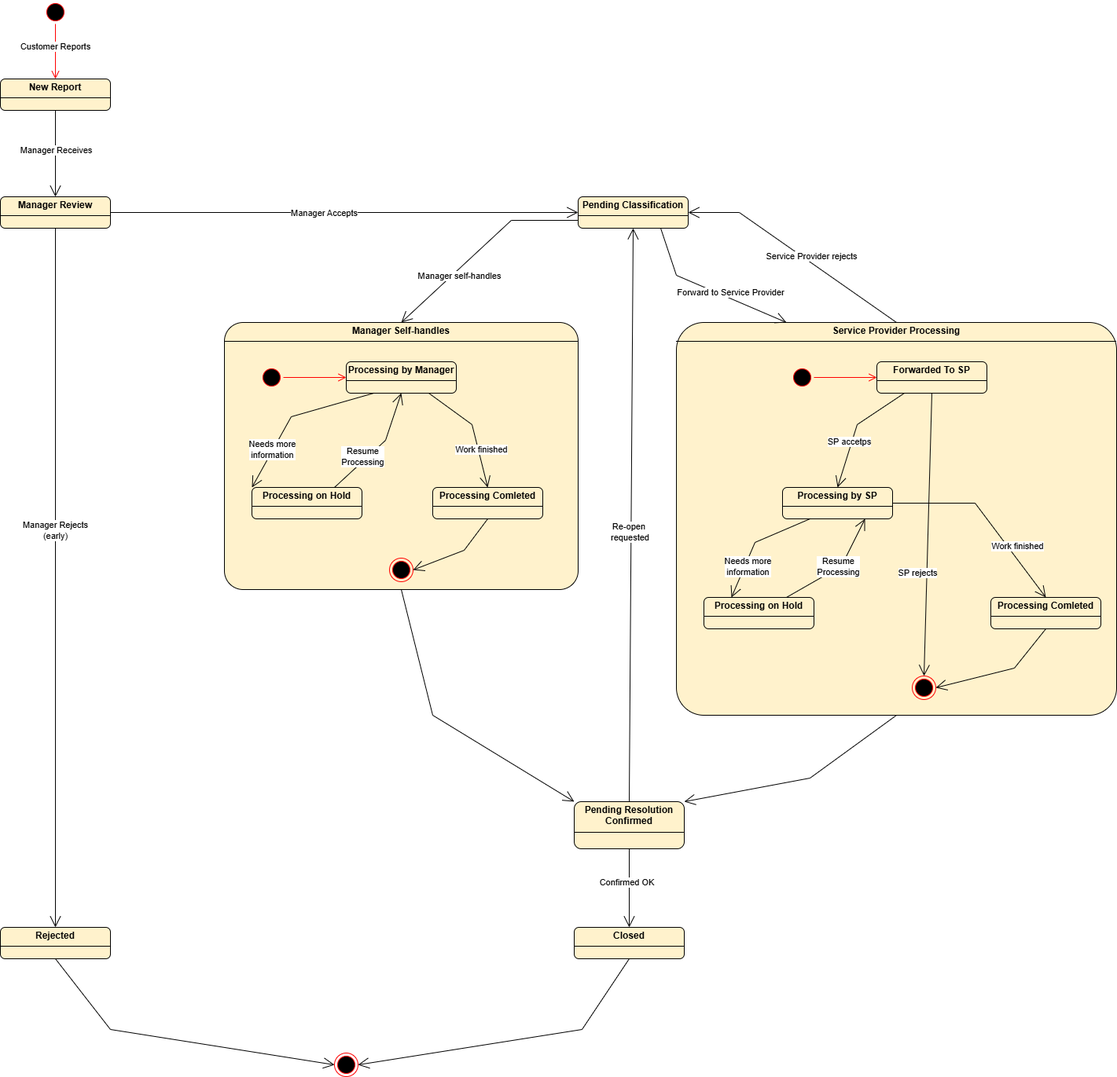
Above: Behavior-analysis/state-machine-diagram/Issue/Issue_sm.drawio.png in HuyEuler/Apartment-management-system (draw.io), before the change. Source tidied: cells renumbered, new cells last; positions are measured from the earlier drawing's top-left corner, leaving out a move shared by most shapes.
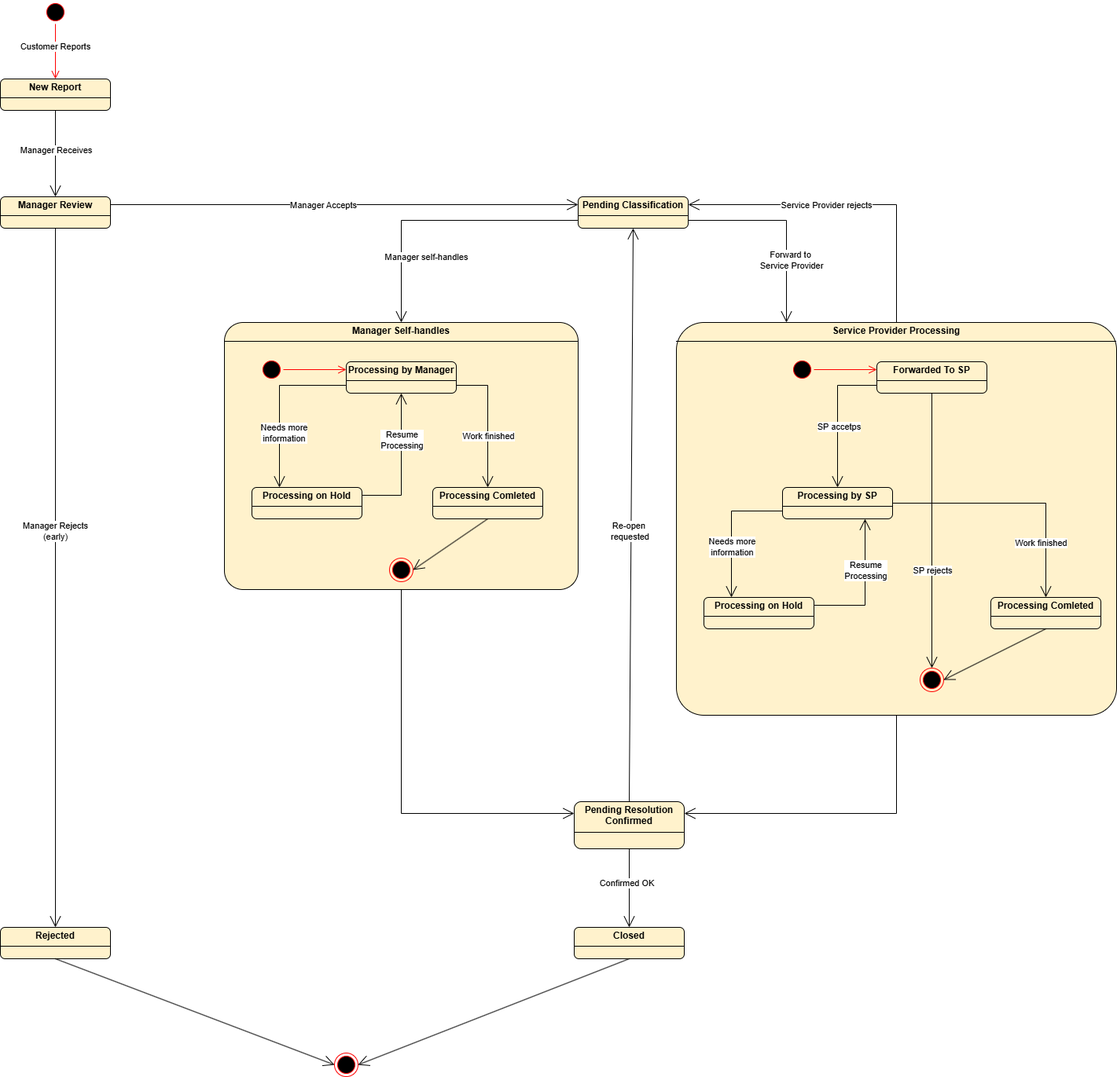
Later version of the same file.

Commit message:
Fix state machine diagram Issue & ResidenStatus

What changed in the source:
```diff
@@ -44,45 +44,45 @@
       <mxGeometry x="550" y="620" width="140" height="40" as="geometry" />
     </mxCell>
     <mxCell id="15" style="ellipse;html=1;shape=startState;fillColor=#000000;strokeColor=#ff0000;" parent="1" vertex="1">
-      <mxGeometry x="330" y="465" width="30" height="30" as="geometry" />
+      <mxGeometry x="330" y="455" width="30" height="30" as="geometry" />
     </mxCell>
-    <mxCell id="16" style="edgeStyle=orthogonalEdgeStyle;html=1;verticalAlign=bottom;endArrow=open;endSize=8;strokeColor=#ff0000;rounded=0;entryX=0;entryY=0.5;entryDx=0;entryDy=0;exitX=1;exitY=0.5;exitDx=0;exitDy=0;" parent="1" edge="1" source="15" target="12">
+    <mxCell id="16" style="edgeStyle=orthogonalEdgeStyle;html=1;verticalAlign=bottom;endArrow=open;endSize=8;strokeColor=#ff0000;rounded=0;entryX=0;entryY=0.25;entryDx=0;entryDy=0;exitX=1;exitY=0.5;exitDx=0;exitDy=0;" parent="1" edge="1" source="15" target="12">
       <mxGeometry relative="1" as="geometry" />
     </mxCell>
-    <mxCell id="17" style="endArrow=open;endFill=1;endSize=12;html=1;rounded=0;exitX=0.25;exitY=1;exitDx=0;exitDy=0;entryX=0;entryY=0;entryDx=0;entryDy=0;" parent="1" edge="1" source="12" target="13">
+    <mxCell id="17" style="endArrow=open;endFill=1;endSize=12;html=1;rounded=0;exitX=0;exitY=0.75;exitDx=0;exitDy=0;entryX=0.25;entryY=0;entryDx=0;entryDy=0;" parent="1" edge="1" source="12" target="13">
       <mxGeometry relative="1" as="geometry">
         <Array as="points">
-          <mxPoint x="370" y="530" />
+          <mxPoint x="355" y="490" />
         </Array>
       </mxGeometry>
     </mxCell>
     <mxCell id="18" value="Needs more&lt;div&gt;information&lt;/div&gt;" style="edgeLabel;html=1;align=center;verticalAlign=middle;" parent="17" vertex="1">
       <mxGeometry x="-0.14" y="-1" relative="1" as="geometry">
-        <mxPoint x="-41" y="47" as="offset" />
+        <mxPoint x="6" y="52" as="offset" />
       </mxGeometry>
     </mxCell>
-    <mxCell id="19" style="endArrow=open;endFill=1;endSize=12;html=1;rounded=0;exitX=0.75;exitY=0;exitDx=0;exitDy=0;entryX=0.5;entryY=1;entryDx=0;entryDy=0;" parent="1" edge="1" source="13" target="12">
+    <mxCell id="19" style="endArrow=open;endFill=1;endSize=12;html=1;rounded=0;exitX=1;exitY=0.25;exitDx=0;exitDy=0;entryX=0.5;entryY=1;entryDx=0;entryDy=0;" parent="1" edge="1" source="13" target="12">
       <mxGeometry relative="1" as="geometry">
         <Array as="points">
-          <mxPoint x="490" y="560" />
+          <mxPoint x="510" y="630" />
         </Array>
       </mxGeometry>
     </mxCell>
     <mxCell id="20" value="Resume&lt;div&gt;Processing&lt;/div&gt;" style="edgeLabel;html=1;align=center;verticalAlign=middle;" parent="19" vertex="1">
       <mxGeometry x="-0.14" y="-1" relative="1" as="geometry">
-        <mxPoint x="-14" y="4" as="offset" />
+        <mxPoint x="-1" y="-42" as="offset" />
       </mxGeometry>
     </mxCell>
-    <mxCell id="21" style="endArrow=open;endFill=1;endSize=12;html=1;rounded=0;exitX=0.75;exitY=1;exitDx=0;exitDy=0;entryX=0.5;entryY=0;entryDx=0;entryDy=0;" parent="1" edge="1" source="12" target="14">
+    <mxCell id="21" style="endArrow=open;endFill=1;endSize=12;html=1;rounded=0;exitX=1;exitY=0.75;exitDx=0;exitDy=0;entryX=0.5;entryY=0;entryDx=0;entryDy=0;" parent="1" edge="1" source="12" target="14">
       <mxGeometry relative="1" as="geometry">
         <Array as="points">
-          <mxPoint x="600" y="540" />
+          <mxPoint x="620" y="490" />
         </Array>
       </mxGeometry>
     </mxCell>
     <mxCell id="22" value="Work finished" style="edgeLabel;html=1;align=center;verticalAlign=middle;" parent="21" vertex="1">
       <mxGeometry x="-0.14" y="-1" relative="1" as="geometry">
-        <mxPoint x="13" y="31" as="offset" />
+        <mxPoint x="1" y="31" as="offset" />
       </mxGeometry>
     </mxCell>
     <mxCell id="23" value="&lt;p style=&quot;margin:0px;margin-top:4px;text-align:center;&quot;&gt;&lt;b&gt;Service Provider Processing&lt;/b&gt;&lt;/p&gt;&lt;hr size=&quot;1&quot; style=&quot;border-style:solid;&quot;&gt;&lt;div style=&quot;height:2px;&quot;&gt;&lt;/div&gt;" style="verticalAlign=top;align=left;overflow=fill;html=1;whiteSpace=wrap;rounded=1;fillColor=#fff2cc;strokeColor=light-dark(#000000, #6d5100);arcSize=7;" parent="1" vertex="1">
@@ -98,27 +98,27 @@
       <mxGeometry x="1260" y="760" width="140" height="40" as="geometry" />
     </mxCell>
     <mxCell id="27" style="ellipse;html=1;shape=startState;fillColor=#000000;strokeColor=#ff0000;" parent="1" vertex="1">
-      <mxGeometry x="1005" y="465" width="30" height="30" as="geometry" />
+      <mxGeometry x="1005" y="455" width="30" height="30" as="geometry" />
     </mxCell>
-    <mxCell id="28" style="edgeStyle=orthogonalEdgeStyle;html=1;verticalAlign=bottom;endArrow=open;endSize=8;strokeColor=#ff0000;rounded=0;entryX=0;entryY=0.5;entryDx=0;entryDy=0;exitX=1;exitY=0.5;exitDx=0;exitDy=0;" parent="1" edge="1" source="27" target="24">
+    <mxCell id="28" style="edgeStyle=orthogonalEdgeStyle;html=1;verticalAlign=bottom;endArrow=open;endSize=8;strokeColor=#ff0000;rounded=0;entryX=0;entryY=0.25;entryDx=0;entryDy=0;exitX=1;exitY=0.5;exitDx=0;exitDy=0;" parent="1" edge="1" source="27" target="24">
       <mxGeometry relative="1" as="geometry" />
     </mxCell>
-    <mxCell id="29" style="endArrow=open;endFill=1;endSize=12;html=1;rounded=0;exitX=0.25;exitY=1;exitDx=0;exitDy=0;entryX=0.5;entryY=0;entryDx=0;entryDy=0;" parent="1" edge="1" source="24" target="25">
+    <mxCell id="29" style="endArrow=open;endFill=1;endSize=12;html=1;rounded=0;exitX=0;exitY=0.75;exitDx=0;exitDy=0;entryX=0.5;entryY=0;entryDx=0;entryDy=0;" parent="1" edge="1" source="24" target="25">
       <mxGeometry relative="1" as="geometry">
         <Array as="points">
-          <mxPoint x="1090" y="540" />
+          <mxPoint x="1065" y="490" />
         </Array>
       </mxGeometry>
     </mxCell>
     <mxCell id="30" value="SP accetps" style="edgeLabel;html=1;align=center;verticalAlign=middle;" parent="29" vertex="1">
       <mxGeometry x="-0.14" y="-1" relative="1" as="geometry">
-        <mxPoint x="-14" y="24" as="offset" />
+        <mxPoint x="2" y="24" as="offset" />
       </mxGeometry>
     </mxCell>
     <mxCell id="31" style="endArrow=open;endFill=1;endSize=12;html=1;rounded=0;exitX=1;exitY=0.5;exitDx=0;exitDy=0;entryX=0.5;entryY=0;entryDx=0;entryDy=0;" parent="1" edge="1" source="25" target="26">
       <mxGeometry relative="1" as="geometry">
         <Array as="points">
-          <mxPoint x="1240" y="640" />
+          <mxPoint x="1330" y="640" />
         </Array>
       </mxGeometry>
     </mxCell>
@@ -130,34 +130,34 @@
     <mxCell id="33" value="&lt;p style=&quot;margin:0px;margin-top:4px;text-align:center;&quot;&gt;&lt;b&gt;Processing on Hold&lt;/b&gt;&lt;/p&gt;&lt;hr size=&quot;1&quot; style=&quot;border-style:solid;&quot;&gt;&lt;div style=&quot;height:2px;&quot;&gt;&lt;/div&gt;" style="verticalAlign=top;align=left;overflow=fill;html=1;whiteSpace=wrap;rounded=1;fillColor=#fff2cc;strokeColor=light-dark(#000000, #6d5100);" parent="1" vertex="1">
       <mxGeometry x="895" y="760" width="140" height="40" as="geometry" />
     </mxCell>
-    <mxCell id="34" style="endArrow=open;endFill=1;endSize=12;html=1;rounded=0;exitX=0.25;exitY=1;exitDx=0;exitDy=0;entryX=0.25;entryY=0;entryDx=0;entryDy=0;" parent="1" edge="1" source="25" target="33">
+    <mxCell id="34" style="endArrow=open;endFill=1;endSize=12;html=1;rounded=0;exitX=0;exitY=0.75;exitDx=0;exitDy=0;entryX=0.25;entryY=0;entryDx=0;entryDy=0;" parent="1" edge="1" source="25" target="33">
       <mxGeometry relative="1" as="geometry">
         <Array as="points">
-          <mxPoint x="960" y="690" />
+          <mxPoint x="930" y="650" />
         </Array>
       </mxGeometry>
     </mxCell>
     <mxCell id="35" value="Needs more&lt;div&gt;information&lt;/div&gt;" style="edgeLabel;html=1;align=center;verticalAlign=middle;" parent="34" vertex="1">
       <mxGeometry x="-0.14" y="-1" relative="1" as="geometry">
-        <mxPoint x="-19" y="35" as="offset" />
+        <mxPoint x="1" y="35" as="offset" />
       </mxGeometry>
     </mxCell>
-    <mxCell id="36" style="endArrow=open;endFill=1;endSize=12;html=1;rounded=0;exitX=0.75;exitY=0;exitDx=0;exitDy=0;entryX=0.75;entryY=1;entryDx=0;entryDy=0;" parent="1" edge="1" source="33" target="25">
+    <mxCell id="36" style="endArrow=open;endFill=1;endSize=12;html=1;rounded=0;exitX=1;exitY=0.25;exitDx=0;exitDy=0;entryX=0.75;entryY=1;entryDx=0;entryDy=0;" parent="1" edge="1" source="33" target="25">
       <mxGeometry relative="1" as="geometry">
         <Array as="points">
-          <mxPoint x="1070" y="720" />
+          <mxPoint x="1100" y="770" />
         </Array>
       </mxGeometry>
     </mxCell>
     <mxCell id="37" value="Resume&lt;div&gt;Processing&lt;/div&gt;" style="edgeLabel;html=1;align=center;verticalAlign=middle;" parent="36" vertex="1">
       <mxGeometry x="-0.14" y="-1" relative="1" as="geometry">
-        <mxPoint x="9" y="-9" as="offset" />
+        <mxPoint x="-1" y="-35" as="offset" />
       </mxGeometry>
     </mxCell>
     <mxCell id="38" style="endArrow=open;endFill=1;endSize=12;html=1;rounded=0;exitX=0;exitY=0.75;exitDx=0;exitDy=0;entryX=0.5;entryY=0;entryDx=0;entryDy=0;" parent="1" edge="1" source="10" target="11">
       <mxGeometry relative="1" as="geometry">
         <Array as="points">
-          <mxPoint x="650" y="280" />
+          <mxPoint x="510" y="280" />
         </Array>
       </mxGeometry>
     </mxCell>
@@ -166,65 +166,57 @@
         <mxPoint x="-41" y="47" as="offset" />
       </mxGeometry>
     </mxCell>
-    <mxCell id="40" style="endArrow=open;endFill=1;endSize=12;html=1;rounded=0;exitX=0.75;exitY=1;exitDx=0;exitDy=0;entryX=0.25;entryY=0;entryDx=0;entryDy=0;" parent="1" edge="1" source="10" target="23">
+    <mxCell id="40" style="endArrow=open;endFill=1;endSize=12;html=1;rounded=0;exitX=1;exitY=0.75;exitDx=0;exitDy=0;entryX=0.25;entryY=0;entryDx=0;entryDy=0;" parent="1" edge="1" source="10" target="23">
       <mxGeometry relative="1" as="geometry">
         <Array as="points">
-          <mxPoint x="860" y="350" />
+          <mxPoint x="1000" y="280" />
         </Array>
       </mxGeometry>
     </mxCell>
-    <mxCell id="41" value="Forward to Service Provider" style="edgeLabel;html=1;align=center;verticalAlign=middle;" parent="40" vertex="1">
+    <mxCell id="41" value="Forward to&lt;div&gt;&amp;nbsp;Service Provider&lt;/div&gt;" style="edgeLabel;html=1;align=center;verticalAlign=middle;" parent="40" vertex="1">
       <mxGeometry x="-0.14" y="-1" relative="1" as="geometry">
-        <mxPoint x="40" y="8" as="offset" />
+        <mxPoint x="19" y="49" as="offset" />
       </mxGeometry>
     </mxCell>
     <mxCell id="42" style="ellipse;html=1;shape=endState;fillColor=#000000;strokeColor=#ff0000;" parent="1" vertex="1">
       <mxGeometry x="495" y="710" width="30" height="30" as="geometry" />
     </mxCell>
     <mxCell id="43" style="endArrow=open;endFill=1;endSize=12;html=1;rounded=0;exitX=0.5;exitY=1;exitDx=0;exitDy=0;entryX=1;entryY=0.5;entryDx=0;entryDy=0;" parent="1" edge="1" source="14" target="42">
-      <mxGeometry relative="1" as="geometry">
-        <Array as="points">
-          <mxPoint x="590" y="700" />
-        </Array>
-      </mxGeometry>
+      <mxGeometry relative="1" as="geometry" />
     </mxCell>
     <mxCell id="44" style="ellipse;html=1;shape=endState;fillColor=#000000;strokeColor=#ff0000;" parent="1" vertex="1">
-      <mxGeometry x="1160" y="860" width="30" height="30" as="geometry" />
+      <mxGeometry x="1170" y="850" width="30" height="30" as="geometry" />
     </mxCell>
     <mxCell id="45" style="endArrow=open;endFill=1;endSize=12;html=1;rounded=0;exitX=0.5;exitY=1;exitDx=0;exitDy=0;entryX=1;entryY=0.5;entryDx=0;entryDy=0;" parent="1" edge="1" source="26" target="44">
-      <mxGeometry relative="1" as="geometry">
-        <Array as="points">
-          <mxPoint x="1290" y="850" />
-        </Array>
-      </mxGeometry>
+      <mxGeometry relative="1" as="geometry" />
     </mxCell>
     <mxCell id="46" style="endArrow=open;endFill=1;endSize=12;html=1;rounded=0;exitX=0.5;exitY=1;exitDx=0;exitDy=0;entryX=0.5;entryY=0;entryDx=0;entryDy=0;" parent="1" edge="1" source="24" target="44">
       <mxGeometry relative="1" as="geometry" />
     </mxCell>
     <mxCell id="47" value="SP rejects" style="edgeLabel;html=1;align=center;verticalAlign=middle;" parent="46" vertex="1">
       <mxGeometry x="-0.14" y="-1" relative="1" as="geometry">
-        <mxPoint x="-14" y="72" as="offset" />
+        <mxPoint x="1" y="73" as="offset" />
       </mxGeometry>
     </mxCell>
-    <mxCell id="48" style="endArrow=open;endFill=1;endSize=12;html=1;rounded=0;exitX=0.5;exitY=0;exitDx=0;exitDy=0;entryX=1;entryY=0.5;entryDx=0;entryDy=0;" parent="1" edge="1" source="23" target="10">
+    <mxCell id="48" style="endArrow=open;endFill=1;endSize=12;html=1;rounded=0;exitX=0.5;exitY=0;exitDx=0;exitDy=0;entryX=1;entryY=0.25;entryDx=0;entryDy=0;" parent="1" edge="1" source="23" target="10">
       <mxGeometry relative="1" as="geometry">
         <Array as="points">
-          <mxPoint x="940" y="270" />
+          <mxPoint x="1140" y="260" />
         </Array>
       </mxGeometry>
     </mxCell>
     <mxCell id="49" value="Service Provider rejects" style="edgeLabel;html=1;align=center;verticalAlign=middle;" parent="48" vertex="1">
       <mxGeometry x="-0.14" y="-1" relative="1" as="geometry">
-        <mxPoint y="-7" as="offset" />
+        <mxPoint x="-60" y="1" as="offset" />
       </mxGeometry>
     </mxCell>
     <mxCell id="50" value="&lt;p style=&quot;margin:0px;margin-top:4px;text-align:center;&quot;&gt;&lt;b&gt;Pending Resolution Confirmed&lt;/b&gt;&lt;/p&gt;&lt;hr size=&quot;1&quot; style=&quot;border-style:solid;&quot;&gt;&lt;div style=&quot;height:2px;&quot;&gt;&lt;/div&gt;" style="verticalAlign=top;align=left;overflow=fill;html=1;whiteSpace=wrap;rounded=1;fillColor=#fff2cc;strokeColor=light-dark(#000000, #6d5100);" parent="1" vertex="1">
       <mxGeometry x="730" y="1020" width="140" height="60" as="geometry" />
     </mxCell>
-    <mxCell id="51" style="endArrow=open;endFill=1;endSize=12;html=1;rounded=0;exitX=0.5;exitY=1;exitDx=0;exitDy=0;entryX=1;entryY=0;entryDx=0;entryDy=0;" parent="1" edge="1" source="23" target="50">
+    <mxCell id="51" style="endArrow=open;endFill=1;endSize=12;html=1;rounded=0;exitX=0.5;exitY=1;exitDx=0;exitDy=0;entryX=1;entryY=0.25;entryDx=0;entryDy=0;" parent="1" edge="1" source="23" target="50">
       <mxGeometry relative="1" as="geometry">
         <Array as="points">
-          <mxPoint x="1030" y="990" />
+          <mxPoint x="1140" y="1035" />
         </Array>
       </mxGeometry>
     </mxCell>
@@ -234,10 +226,10 @@
     <mxCell id="53" value="Re-open&amp;nbsp;&lt;div&gt;requested&lt;/div&gt;" style="edgeLabel;html=1;align=center;verticalAlign=middle;" parent="52" vertex="1">
       <mxGeometry x="-0.06" y="2" relative="1" as="geometry" />
     </mxCell>
-    <mxCell id="54" style="endArrow=open;endFill=1;endSize=12;html=1;rounded=0;exitX=0.5;exitY=1;exitDx=0;exitDy=0;entryX=0;entryY=0;entryDx=0;entryDy=0;" parent="1" edge="1" source="11" target="50">
+    <mxCell id="54" style="endArrow=open;endFill=1;endSize=12;html=1;rounded=0;exitX=0.5;exitY=1;exitDx=0;exitDy=0;entryX=0;entryY=0.25;entryDx=0;entryDy=0;" parent="1" edge="1" source="11" target="50">
       <mxGeometry relative="1" as="geometry">
         <Array as="points">
-          <mxPoint x="550" y="910" />
+          <mxPoint x="510" y="1035" />
         </Array>
       </mxGeometry>
     </mxCell>
@@ -248,11 +240,7 @@
       <mxGeometry x="-0.14" y="-1" relative="1" as="geometry" />
     </mxCell>
     <mxCell id="57" style="endArrow=open;endFill=1;endSize=12;html=1;rounded=0;exitX=0.5;exitY=1;exitDx=0;exitDy=0;entryX=0;entryY=0.5;entryDx=0;entryDy=0;" parent="1" edge="1" source="9" target="59">
-      <mxGeometry relative="1" as="geometry">
-        <Array as="points">
-          <mxPoint x="140" y="1310" />
-        </Array>
-      </mxGeometry>
+      <mxGeometry relative="1" as="geometry" />
     </mxCell>
     <mxCell id="58" value="&lt;p style=&quot;margin:0px;margin-top:4px;text-align:center;&quot;&gt;&lt;b&gt;Closed&lt;/b&gt;&lt;/p&gt;&lt;hr size=&quot;1&quot; style=&quot;border-style:solid;&quot;&gt;&lt;div style=&quot;height:2px;&quot;&gt;&lt;/div&gt;" style="verticalAlign=top;align=left;overflow=fill;html=1;whiteSpace=wrap;rounded=1;fillColor=#fff2cc;strokeColor=light-dark(#000000, #6d5100);" parent="1" vertex="1">
       <mxGeometry x="730" y="1180" width="140" height="40" as="geometry" />
@@ -267,13 +255,9 @@
       <mxGeometry x="-0.15" y="-4" relative="1" as="geometry" />
     </mxCell>
     <mxCell id="62" style="endArrow=open;endFill=1;endSize=12;html=1;rounded=0;exitX=0.5;exitY=1;exitDx=0;exitDy=0;entryX=1;entryY=0.5;entryDx=0;entryDy=0;" parent="1" edge="1" source="58" target="59">
-      <mxGeometry relative="1" as="geometry">
-        <Array as="points">
-          <mxPoint x="740" y="1310" />
-        </Array>
-      </mxGeometry>
+      <mxGeometry relative="1" as="geometry" />
     </mxCell>
-    <mxCell id="63" style="endArrow=open;endFill=1;endSize=12;html=1;rounded=0;exitX=1;exitY=0.5;exitDx=0;exitDy=0;entryX=0;entryY=0.5;entryDx=0;entryDy=0;" parent="1" edge="1" source="8" target="10">
+    <mxCell id="63" style="endArrow=open;endFill=1;endSize=12;html=1;rounded=0;exitX=1;exitY=0.25;exitDx=0;exitDy=0;entryX=0;entryY=0.25;entryDx=0;entryDy=0;" parent="1" edge="1" source="8" target="10">
       <mxGeometry relative="1" as="geometry" />
     </mxCell>
     <mxCell id="64" value="Manager Accepts" style="edgeLabel;html=1;align=center;verticalAlign=middle;" parent="63" vertex="1">
```
